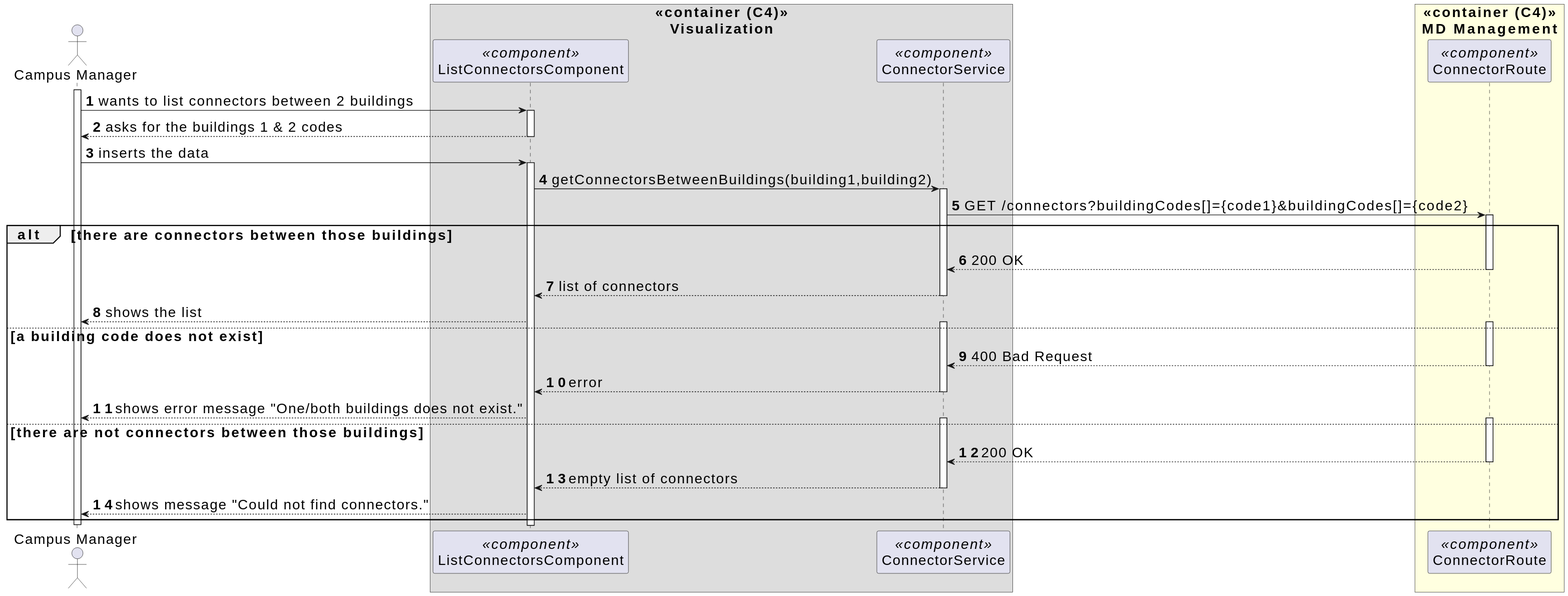
The PlantUML diagram _wiki/sprint-b/us35-1190/views/level-3/assets/process-view.svg in miseEnPlace-dev/lapr5, before a commit.
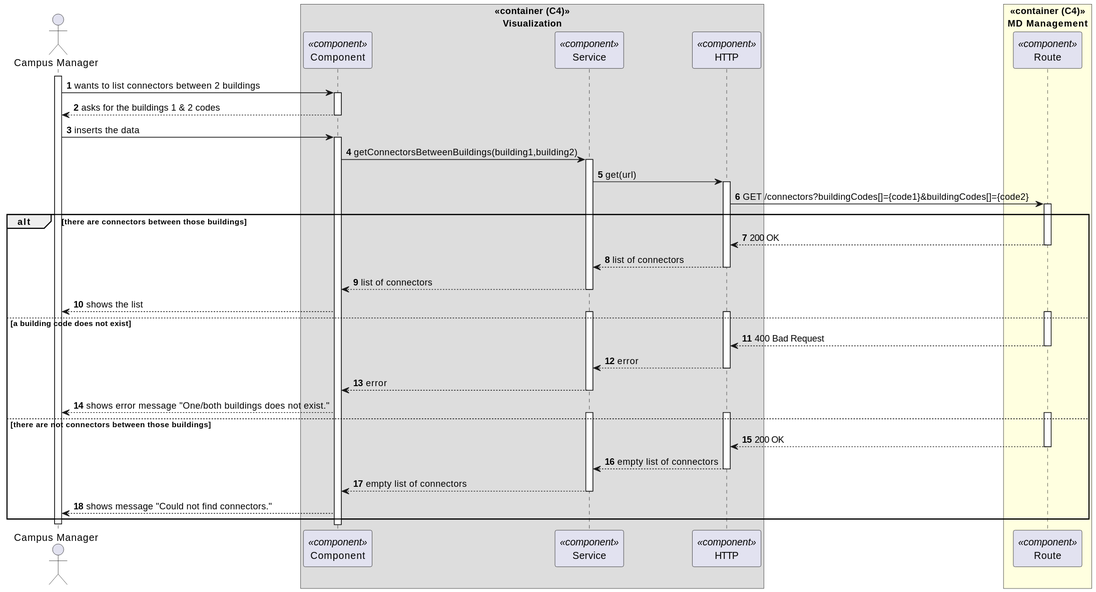
The same diagram one commit later.

Commit message:
docs(us1190): updated level 3 process view

Diff of the diagram source:
```diff
@@ -1,17 +1,17 @@
-@startuml
-skinparamlocked defaultFontSize 20
+@startuml process-view
 autonumber
 skinparam DefaultTextAlignment<<center>> center
 
 actor CM as "Campus Manager"
 
 box "«container (C4)»\nVisualization" <<center>>
-  participant C as "ListConnectorsComponent" <<component>>
-  participant SVC as "ConnectorService" <<component>>
+  participant C as "Component" <<component>>
+  participant SVC as "Service" <<component>>
+  participant H as "HTTP" <<component>>
 end box
 
 box "«container (C4)»\n MD Management " <<center>>#LightYellow
-  participant ROUTE as "ConnectorRoute" <<component>>
+  participant ROUTE as "Route" <<component>>
 end box
 
 activate CM
@@ -28,34 +28,48 @@
 C -> SVC : getConnectorsBetweenBuildings(building1,building2)
 activate SVC
 
-SVC -> ROUTE : GET /connectors?buildingCodes[]={code1}&buildingCodes[]={code2}
+SVC -> H : get(url)
+activate H
+
+H -> ROUTE : GET /connectors?buildingCodes[]={code1}&buildingCodes[]={code2}
 activate ROUTE
 
 alt there are connectors between those buildings
-  SVC <-- ROUTE : 200 OK
+  H <-- ROUTE : 200 OK
   deactivate ROUTE
+
+  SVC <-- H : list of connectors
+  deactivate H
 
   C <-- SVC : list of connectors
   deactivate SVC
 
   CM <-- C : shows the list
 else a building code does not exist
+  activate H
   activate SVC
   activate ROUTE
 
-  SVC <-- ROUTE : 400 Bad Request
+  H <-- ROUTE : 400 Bad Request
   deactivate ROUTE
+
+  SVC <-- H : error
+  deactivate H
 
   C <-- SVC : error
   deactivate SVC
 
   CM <-- C : shows error message "One/both buildings does not exist."
 else there are not connectors between those buildings
+  activate H
   activate SVC
   activate ROUTE
 
-  SVC <-- ROUTE : 200 OK
+  H <-- ROUTE : 200 OK
   deactivate ROUTE
+
+  SVC <-- H : empty list of connectors
+  deactivate H
 
   C <-- SVC : empty list of connectors
   deactivate SVC
@@ -64,4 +78,5 @@
 end
 
 deactivate CM
+
 @enduml
```
